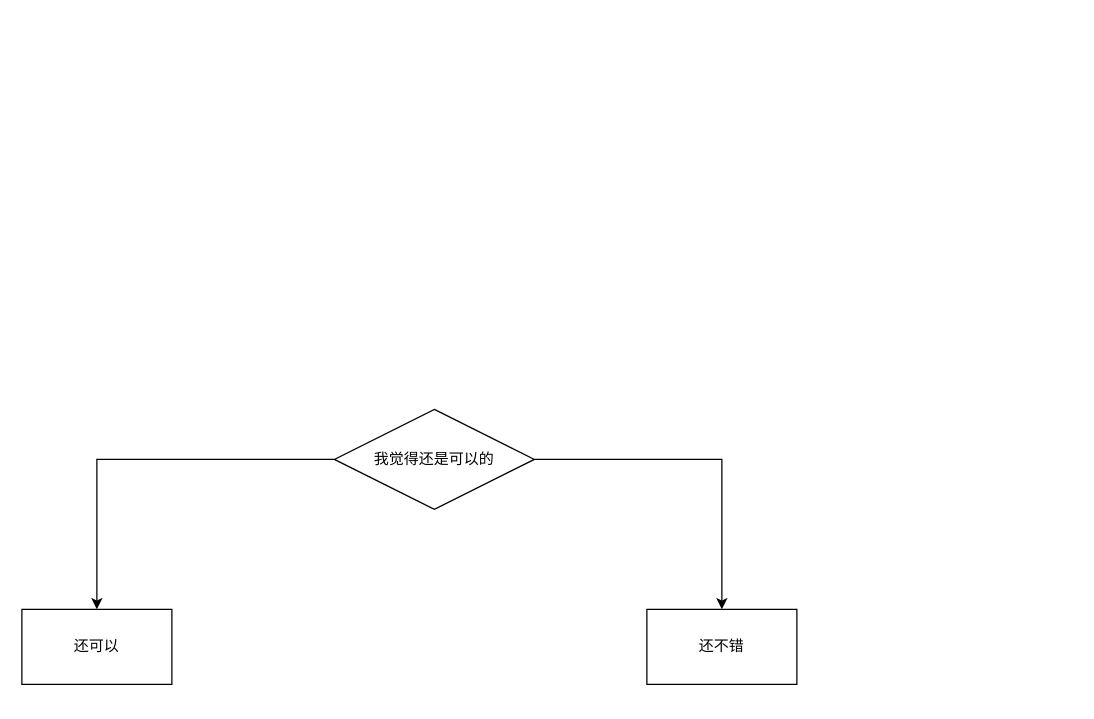
The draw.io diagram 流程图/新的test.drawio in mannixchan/diagrams, before the edit. Source tidied: cells renumbered, new cells numbered last; positions are measured from the earlier drawing's top-left corner, leaving out a move shared by most shapes. Both pictures are drawn from the tidied source at 125%, with x=0, y=0 at pixel (21, 409).
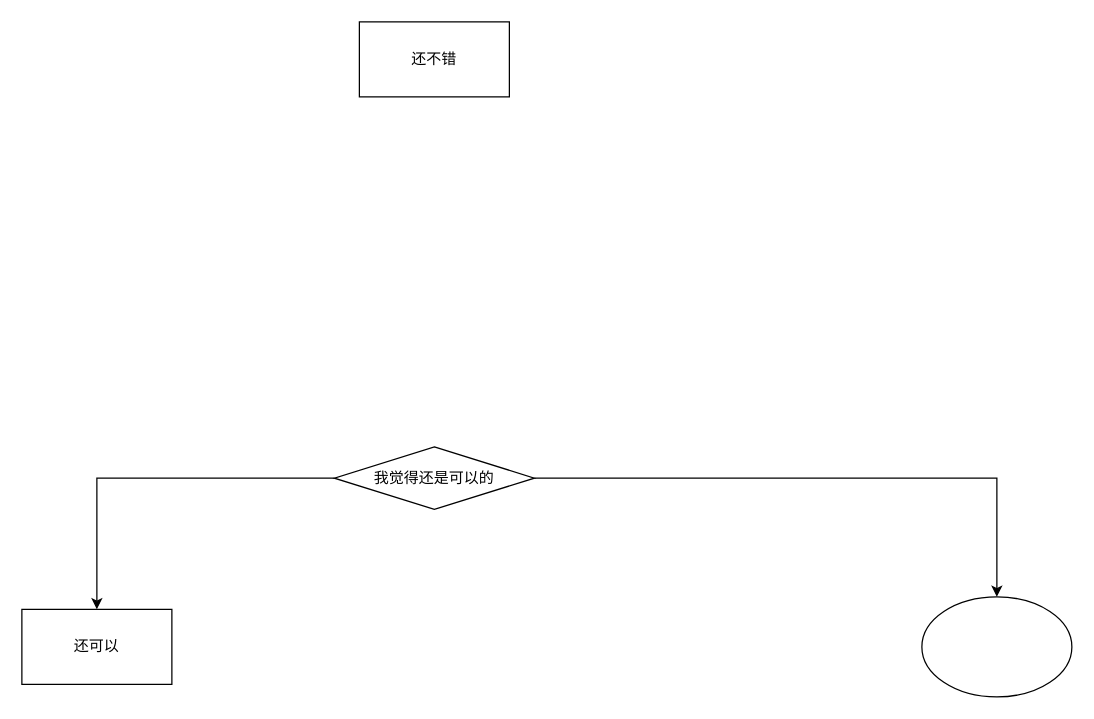
After the change.

Change to the diagram source:
```diff
@@
 <mxGraphModel>
   <root>
     <mxCell id="0" />
     <mxCell id="1" parent="0" />
     <mxCell id="2" style="edgeStyle=orthogonalEdgeStyle;rounded=0;jettySize=auto;html=1;" parent="1" edge="1" source="4" target="5">
       <mxGeometry relative="1" as="geometry" />
     </mxCell>
-    <mxCell id="3" style="edgeStyle=orthogonalEdgeStyle;rounded=0;jettySize=auto;html=1;entryX=0.5;entryY=0;entryDx=0;entryDy=0;" parent="1" edge="1" source="4" target="6">
-      <mxGeometry relative="1" as="geometry" />
-    </mxCell>
+    <mxCell id="7" style="edgeStyle=orthogonalEdgeStyle;rounded=0;jettySize=auto;html=1;" parent="1" edge="1" source="4" target="8">
+      <mxGeometry relative="1" as="geometry" />
+    </mxCell>
     <mxCell id="4" value="我觉得还是可以的" style="rhombus;whiteSpace=wrap;html=1;" parent="1" vertex="1">
-      <mxGeometry x="250" width="160" height="80" as="geometry" />
+      <mxGeometry x="250" y="30" width="160" height="50" as="geometry" />
     </mxCell>
     <mxCell id="5" value="还可以" style="whiteSpace=wrap;html=1;" parent="1" vertex="1">
       <mxGeometry y="160" width="120" height="60" as="geometry" />
     </mxCell>
     <mxCell id="6" value="还不错" style="whiteSpace=wrap;html=1;" parent="1" vertex="1">
-      <mxGeometry x="500" y="160" width="120" height="60" as="geometry" />
+      <mxGeometry x="270" y="-310" width="120" height="60" as="geometry" />
     </mxCell>
+    <mxCell id="8" style="ellipse;whiteSpace=wrap;html=1;" parent="1" vertex="1">
+      <mxGeometry x="720" y="150" width="120" height="80" as="geometry" />
+    </mxCell>
   </root>
 </mxGraphModel>
```
